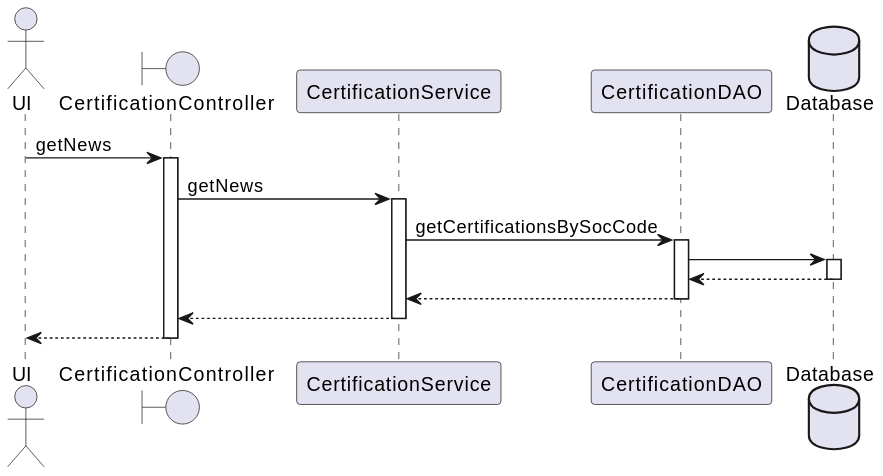
The PlantUML diagram diagrams/CertificationController-getCertifications-sequence.svg in stavik31/Citizen-Centric-Human-Resource-Mangement-System, before a commit.
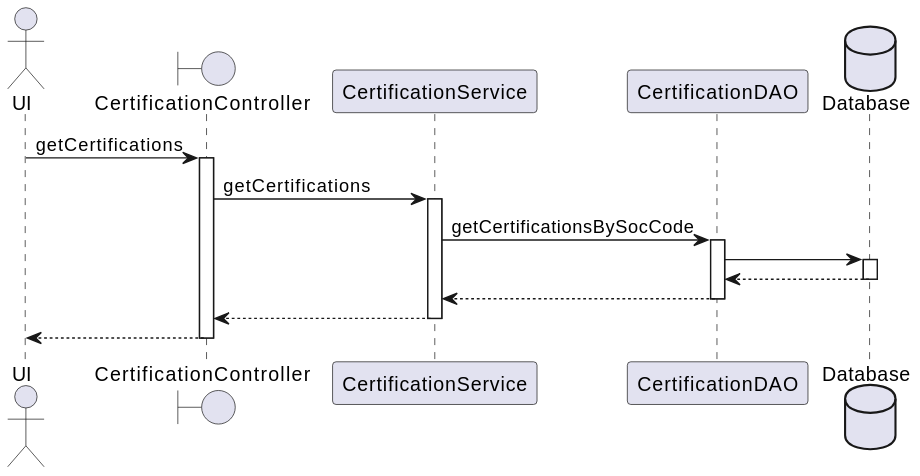
After the change.

What changed in the source:
```diff
@@ -7,8 +7,8 @@
 participant CertificationDAO
 database Database
 
-UI -> CertificationController : getNews
-CertificationController -> CertificationService : getNews
+UI -> CertificationController : getCertifications
+CertificationController -> CertificationService : getCertifications
 CertificationService -> CertificationDAO : getCertificationsBySocCode
 CertificationDAO -> Database
 return
```
